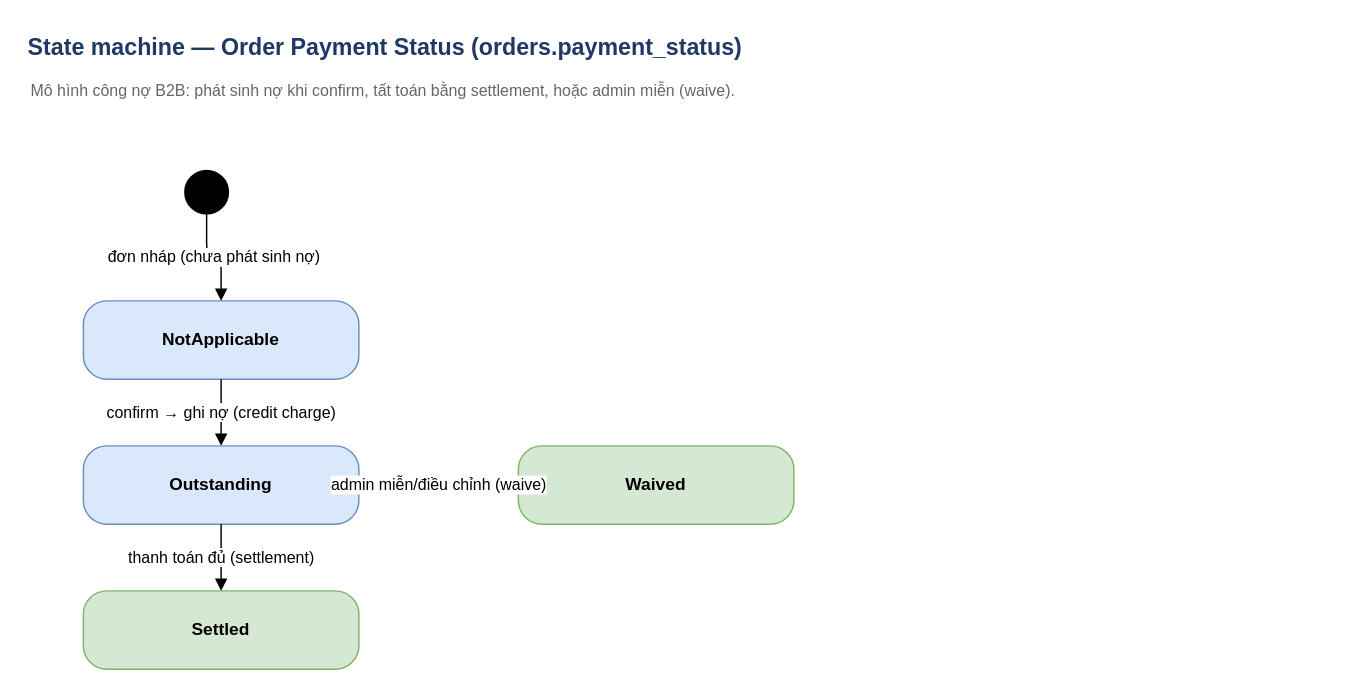
Earlier version of the draw.io diagram page "02 - Order Payment (công nợ)" (2 of 12) of docs/02B-state-machine-diagrams.drawio (fix-later/freshflow-backend). Source tidied: cells renumbered, new cells numbered last; positions are measured from the earlier drawing's top-left corner, leaving out a move shared by most shapes. Both pictures are drawn from the tidied source at 145%, with x=0, y=0 at pixel (25, 25).
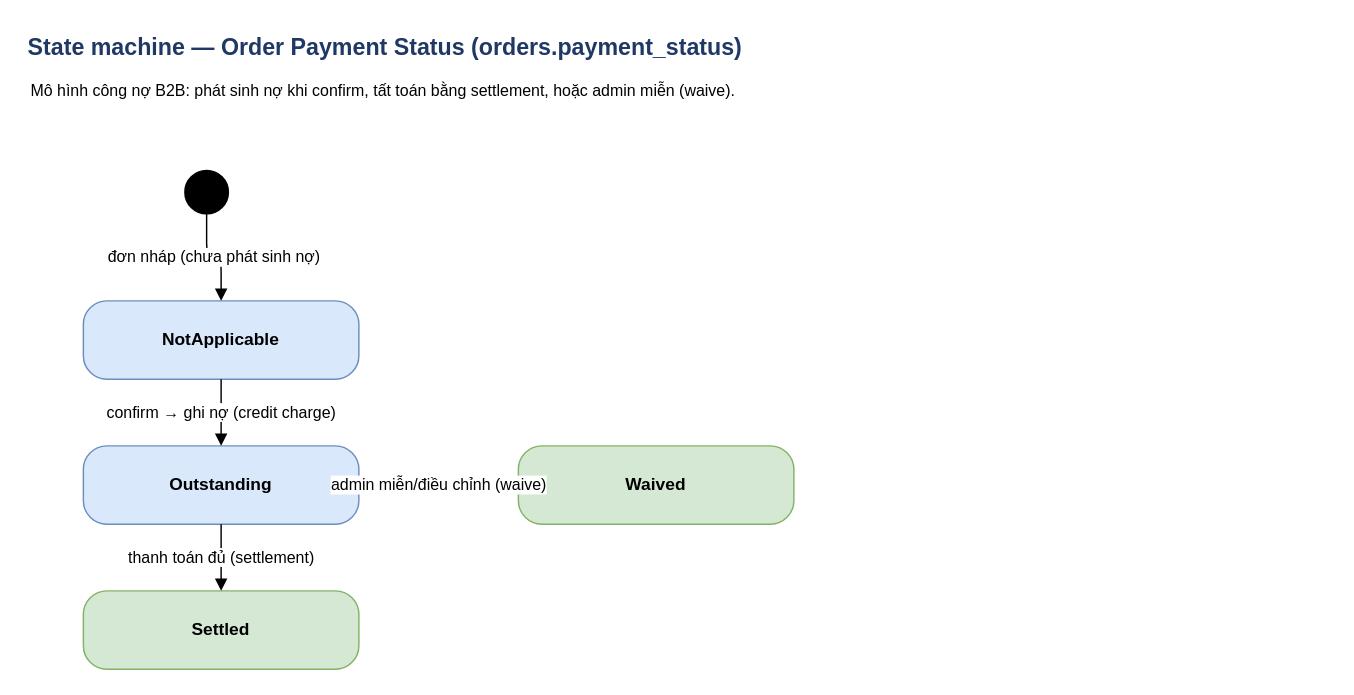
The same page after the edit.

What changed in the source:
```diff
@@
 <mxGraphModel>
   <root>
     <mxCell id="0" />
     <mxCell id="1" parent="0" />
     <mxCell id="2" value="State machine — Order Payment Status (orders.payment_status)" style="text;html=1;align=left;verticalAlign=middle;fontSize=16;fontStyle=1;fontColor=#1f3864;" parent="1" vertex="1">
       <mxGeometry width="760" height="30" as="geometry" />
     </mxCell>
-    <mxCell id="3" value="Mô hình công nợ B2B: phát sinh nợ khi confirm, tất toán bằng settlement, hoặc admin miễn (waive)." style="text;html=1;align=left;verticalAlign=top;fontSize=11;fontColor=#666666;spacing=4;" parent="1" vertex="1">
+    <mxCell id="3" value="Mô hình công nợ B2B: phát sinh nợ khi confirm, tất toán bằng settlement, hoặc admin miễn (waive)." style="text;html=1;align=left;verticalAlign=top;fontSize=11;spacing=4;" parent="1" vertex="1">
       <mxGeometry y="30" width="900" height="40" as="geometry" />
     </mxCell>
     <mxCell id="4" style="ellipse;html=1;fillColor=#000000;strokeColor=#000000;" parent="1" vertex="1">
       <mxGeometry x="110" y="100" width="30" height="30" as="geometry" />
     </mxCell>
     <mxCell id="5" value="NotApplicable" style="rounded=1;whiteSpace=wrap;html=1;arcSize=30;fillColor=#dae8fc;strokeColor=#6c8ebf;fontSize=12;fontStyle=1;" parent="1" vertex="1">
       <mxGeometry x="40" y="190" width="190" height="54" as="geometry" />
     </mxCell>
     <mxCell id="6" value="Outstanding" style="rounded=1;whiteSpace=wrap;html=1;arcSize=30;fillColor=#dae8fc;strokeColor=#6c8ebf;fontSize=12;fontStyle=1;" parent="1" vertex="1">
       <mxGeometry x="40" y="290" width="190" height="54" as="geometry" />
     </mxCell>
     <mxCell id="7" value="Settled" style="rounded=1;whiteSpace=wrap;html=1;arcSize=30;fillColor=#d5e8d4;strokeColor=#82b366;fontSize=12;fontStyle=1;" parent="1" vertex="1">
       <mxGeometry x="40" y="390" width="190" height="54" as="geometry" />
     </mxCell>
     <mxCell id="8" value="Waived" style="rounded=1;whiteSpace=wrap;html=1;arcSize=30;fillColor=#d5e8d4;strokeColor=#82b366;fontSize=12;fontStyle=1;" parent="1" vertex="1">
       <mxGeometry x="340" y="290" width="190" height="54" as="geometry" />
     </mxCell>
     <mxCell id="9" value="đơn nháp (chưa phát sinh nợ)" style="edgeStyle=orthogonalEdgeStyle;rounded=1;html=1;endArrow=block;fontSize=11;labelBackgroundColor=#ffffff;jettySize=auto;" parent="1" edge="1" source="4" target="5">
       <mxGeometry relative="1" as="geometry" />
     </mxCell>
     <mxCell id="10" value="confirm → ghi nợ (credit charge)" style="edgeStyle=orthogonalEdgeStyle;rounded=1;html=1;endArrow=block;fontSize=11;labelBackgroundColor=#ffffff;jettySize=auto;" parent="1" edge="1" source="5" target="6">
       <mxGeometry relative="1" as="geometry" />
     </mxCell>
     <mxCell id="11" value="thanh toán đủ (settlement)" style="edgeStyle=orthogonalEdgeStyle;rounded=1;html=1;endArrow=block;fontSize=11;labelBackgroundColor=#ffffff;jettySize=auto;" parent="1" edge="1" source="6" target="7">
       <mxGeometry relative="1" as="geometry" />
     </mxCell>
     <mxCell id="12" value="admin miễn/điều chỉnh (waive)" style="edgeStyle=orthogonalEdgeStyle;rounded=1;html=1;endArrow=block;fontSize=11;labelBackgroundColor=#ffffff;jettySize=auto;" parent="1" edge="1" source="6" target="8">
       <mxGeometry relative="1" as="geometry" />
     </mxCell>
   </root>
 </mxGraphModel>
```
